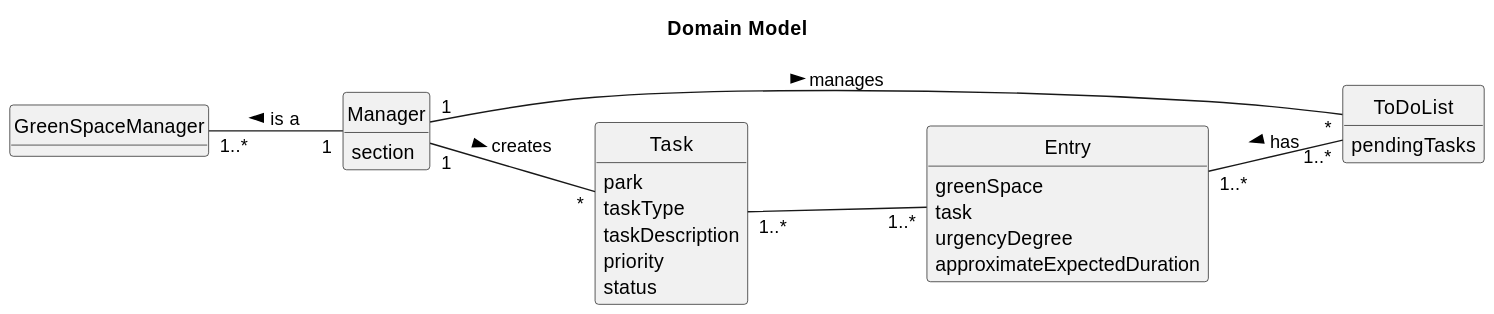
Before: docs/sprintC/us21/02.analysis/svg/us21-domain-model.svg, a diagram exported from PlantUML (Paulo-Pereira-at-ISEP/lei-24-s2-1nanb-g321).
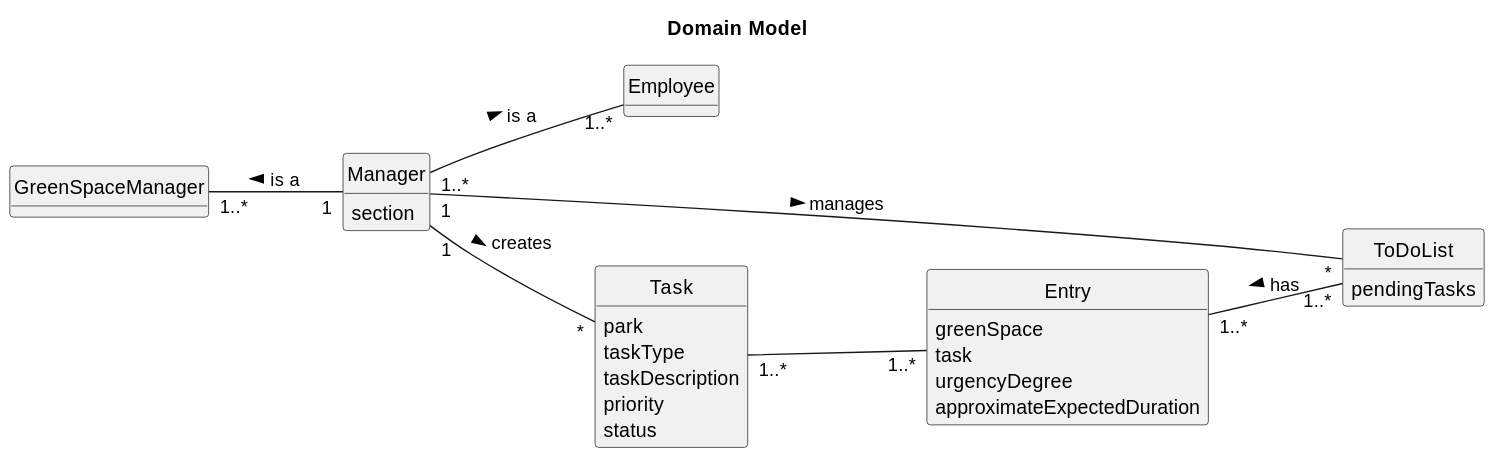
Later version of the same file.

Diff of the diagram source:
```diff
@@ -19,6 +19,9 @@
     section
 }
 
+class Employee {
+}
+
 class ToDoList{
     pendingTasks
 }
@@ -38,6 +41,7 @@
     status
 }
 
+Manager "1..*" -- "1..*" Employee: is a >
 Manager "1" -- "*" Task: creates >
 Manager "1" -- "*" ToDoList: manages >
 Manager "1" --up "1..*" GreenSpaceManager: is a >
```
